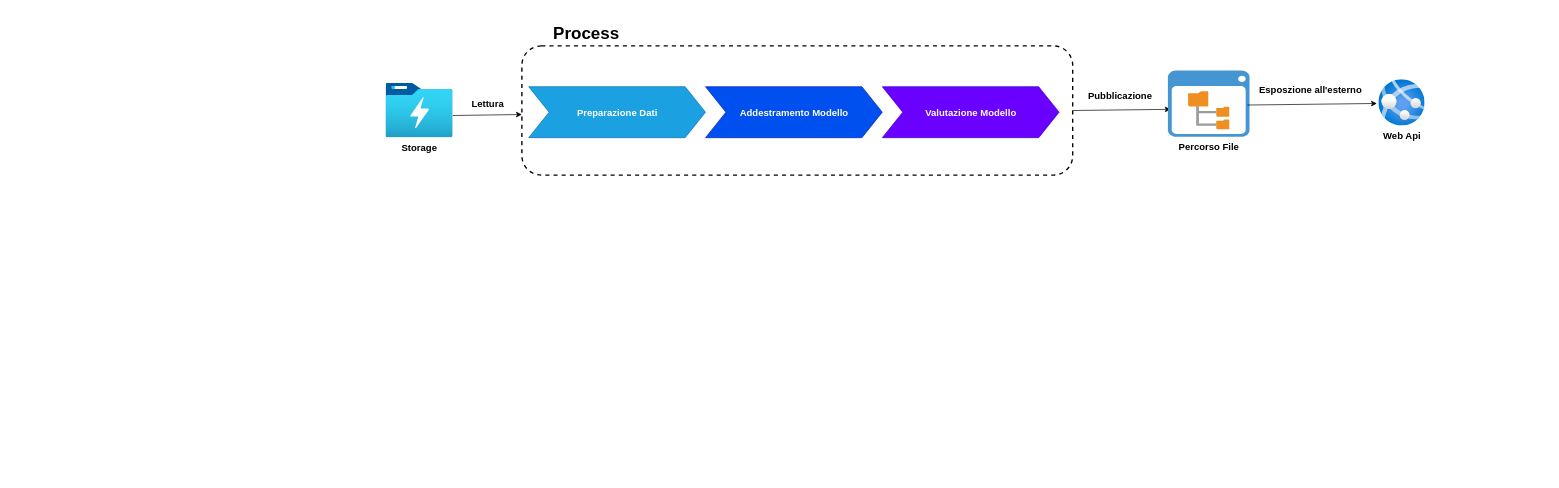
speaking-codes/QuickApp keeps this draw.io diagram as page "Recommender System" (2 of 20) of Documentazione/Tesi/Diagrammi/Architettura.drawio. Above is the earlier version. Source tidied: cells renumbered, new cells numbered last; positions are measured from the earlier drawing's top-left corner, leaving out a move shared by most shapes. Both pictures are drawn from the tidied source at 68%, with x=0, y=0 at pixel (386, 12).
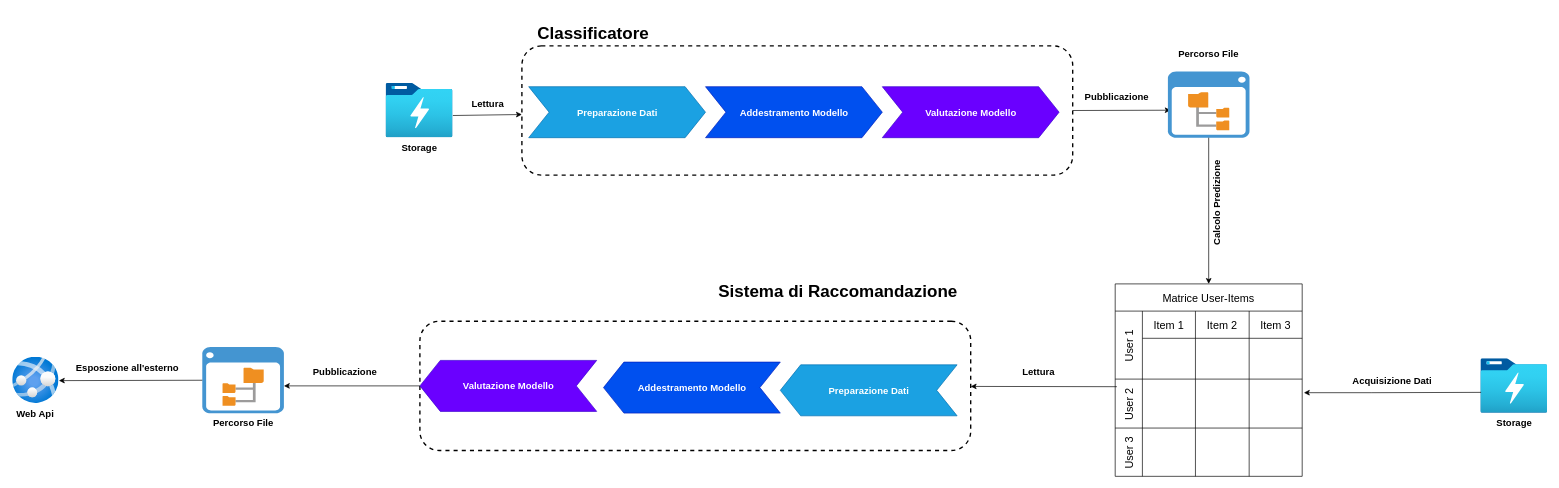
Above is the later version.

Change to the diagram source:
```diff
@@
-    <mxCell id="0" />
-    <mxCell id="1" parent="0" />
+    <mxCell id="16" />
+    <mxCell id="17" parent="16" />
-    <mxCell id="2" value="Storage" style="image;html=1;points=[];align=center;fontSize=14;image=img/lib/azure2/analytics/Data_Lake_Store_Gen1.svg;fontStyle=1;" parent="1" vertex="1">
+    <mxCell id="2" value="Storage" style="image;html=1;points=[];align=center;fontSize=14;image=img/lib/azure2/analytics/Data_Lake_Store_Gen1.svg;fontStyle=1;" parent="17" vertex="1">
       <mxGeometry y="105" width="98.5" height="80" as="geometry" />
     </mxCell>
-    <mxCell id="3" style="rounded=1;whiteSpace=wrap;html=1;dashed=1;strokeWidth=2;fillColor=none;" parent="1" vertex="1">
+    <mxCell id="3" style="rounded=1;whiteSpace=wrap;html=1;dashed=1;strokeWidth=2;fillColor=none;" parent="17" vertex="1">
       <mxGeometry x="200" y="50" width="810" height="190" as="geometry" />
     </mxCell>
-    <mxCell id="4" value="Process" style="text;html=1;align=center;verticalAlign=middle;whiteSpace=wrap;rounded=0;fontStyle=1;fontSize=25;" parent="1" vertex="1">
-      <mxGeometry x="220" width="150" height="60" as="geometry" />
-    </mxCell>
+    <mxCell id="18" value="Classificatore" style="text;html=1;align=center;verticalAlign=middle;whiteSpace=wrap;rounded=0;fontStyle=1;fontSize=25;" parent="17" vertex="1">
+      <mxGeometry x="220" width="170" height="60" as="geometry" />
+    </mxCell>
-    <mxCell id="5" style="endArrow=classic;html=1;rounded=0;exitX=1;exitY=0.592;exitDx=0;exitDy=0;exitPerimeter=0;" parent="1" edge="1" source="2" target="3">
+    <mxCell id="5" style="endArrow=classic;html=1;rounded=0;exitX=1;exitY=0.592;exitDx=0;exitDy=0;exitPerimeter=0;" parent="17" edge="1" source="2" target="3">
       <mxGeometry relative="1" as="geometry" />
     </mxCell>
-    <mxCell id="6" value="Lettura" style="text;html=1;align=center;verticalAlign=middle;whiteSpace=wrap;rounded=0;fontStyle=1;fontSize=14;" parent="1" vertex="1">
+    <mxCell id="6" value="Lettura" style="text;html=1;align=center;verticalAlign=middle;whiteSpace=wrap;rounded=0;fontStyle=1;fontSize=14;" parent="17" vertex="1">
       <mxGeometry x="120" y="120" width="60" height="30" as="geometry" />
     </mxCell>
-    <mxCell id="7" value="Preparazione Dati" style="html=1;shadow=0;dashed=0;align=center;verticalAlign=middle;shape=mxgraph.arrows2.arrow;dy=0;dx=30;notch=30;fontStyle=1;fontSize=14;fillColor=#1ba1e2;strokeColor=#006EAF;fontColor=#ffffff;" parent="1" vertex="1">
+    <mxCell id="7" value="Preparazione Dati" style="html=1;shadow=0;dashed=0;align=center;verticalAlign=middle;shape=mxgraph.arrows2.arrow;dy=0;dx=30;notch=30;fontStyle=1;fontSize=14;fillColor=#1ba1e2;strokeColor=#006EAF;fontColor=#ffffff;" parent="17" vertex="1">
       <mxGeometry x="210" y="110" width="260" height="75" as="geometry" />
     </mxCell>
-    <mxCell id="8" value="Addestramento Modello" style="html=1;shadow=0;dashed=0;align=center;verticalAlign=middle;shape=mxgraph.arrows2.arrow;dy=0;dx=30;notch=30;fontStyle=1;fontSize=14;fillColor=#0050ef;fontColor=#ffffff;strokeColor=#001DBC;" parent="1" vertex="1">
+    <mxCell id="8" value="Addestramento Modello" style="html=1;shadow=0;dashed=0;align=center;verticalAlign=middle;shape=mxgraph.arrows2.arrow;dy=0;dx=30;notch=30;fontStyle=1;fontSize=14;fillColor=#0050ef;fontColor=#ffffff;strokeColor=#001DBC;" parent="17" vertex="1">
       <mxGeometry x="470" y="110" width="260" height="75" as="geometry" />
     </mxCell>
-    <mxCell id="9" value="Valutazione Modello" style="html=1;shadow=0;dashed=0;align=center;verticalAlign=middle;shape=mxgraph.arrows2.arrow;dy=0;dx=30;notch=30;fontStyle=1;fontSize=14;fillColor=#6a00ff;fontColor=#ffffff;strokeColor=#3700CC;" parent="1" vertex="1">
+    <mxCell id="9" value="Valutazione Modello" style="html=1;shadow=0;dashed=0;align=center;verticalAlign=middle;shape=mxgraph.arrows2.arrow;dy=0;dx=30;notch=30;fontStyle=1;fontSize=14;fillColor=#6a00ff;fontColor=#ffffff;strokeColor=#3700CC;" parent="17" vertex="1">
       <mxGeometry x="730" y="110" width="260" height="75" as="geometry" />
     </mxCell>
-    <mxCell id="10" style="endArrow=classic;html=1;rounded=0;exitX=1;exitY=0.5;exitDx=0;exitDy=0;entryX=0.034;entryY=0.585;entryDx=0;entryDy=0;entryPerimeter=0;" parent="1" edge="1" source="3" target="11">
-      <mxGeometry relative="1" as="geometry" />
-    </mxCell>
-    <mxCell id="11" value="Percorso File" style="shadow=0;dashed=0;html=1;strokeColor=none;fillColor=#4495D1;labelPosition=center;verticalLabelPosition=bottom;verticalAlign=top;align=center;outlineConnect=0;shape=mxgraph.veeam.2d.file_system_browser;fontSize=14;fontStyle=1;" parent="1" vertex="1">
-      <mxGeometry x="1150" y="86.3" width="120" height="97.4" as="geometry" />
-    </mxCell>
+    <mxCell id="19" style="endArrow=classic;html=1;rounded=0;exitX=1;exitY=0.5;exitDx=0;exitDy=0;entryX=0.034;entryY=0.585;entryDx=0;entryDy=0;entryPerimeter=0;" parent="17" edge="1" source="3" target="20">
+      <mxGeometry relative="1" as="geometry" />
+    </mxCell>
+    <mxCell id="20" style="shadow=0;dashed=0;html=1;strokeColor=none;fillColor=#4495D1;labelPosition=center;verticalLabelPosition=bottom;verticalAlign=top;align=center;outlineConnect=0;shape=mxgraph.veeam.2d.file_system_browser;fontSize=14;fontStyle=1;horizontal=0;labelBackgroundColor=none;" parent="17" vertex="1">
+      <mxGeometry x="1150" y="87.6" width="120" height="97.4" as="geometry" />
+    </mxCell>
-    <mxCell id="12" value="Pubblicazione" style="text;html=1;align=center;verticalAlign=middle;whiteSpace=wrap;rounded=0;fontStyle=1;fontSize=14;" parent="1" vertex="1">
-      <mxGeometry x="1050" y="108.7" width="60" height="30" as="geometry" />
+    <mxCell id="12" value="Pubblicazione" style="text;html=1;align=center;verticalAlign=middle;whiteSpace=wrap;rounded=0;fontStyle=1;fontSize=14;" parent="17" vertex="1">
+      <mxGeometry x="1020" y="110" width="110" height="30" as="geometry" />
     </mxCell>
-    <mxCell id="13" style="endArrow=classic;html=1;rounded=0;exitX=0.975;exitY=0.52;exitDx=0;exitDy=0;exitPerimeter=0;entryX=-0.039;entryY=0.514;entryDx=0;entryDy=0;entryPerimeter=0;" parent="1" edge="1" source="11" target="14">
-      <mxGeometry relative="1" as="geometry" />
-    </mxCell>
+    <mxCell id="21" value="Storage" style="image;html=1;points=[];align=center;fontSize=14;image=img/lib/azure2/analytics/Data_Lake_Store_Gen1.svg;fontStyle=1;" parent="17" vertex="1">
+      <mxGeometry x="1610" y="510" width="98.5" height="80" as="geometry" />
+    </mxCell>
+    <mxCell id="22" style="endArrow=classic;html=1;rounded=0;exitX=0.006;exitY=0.619;exitDx=0;exitDy=0;exitPerimeter=0;" parent="17" edge="1" source="21">
+      <mxGeometry relative="1" as="geometry">
+        <mxPoint x="1350" y="560" as="targetPoint" />
+        <Array as="points">
+          <mxPoint x="1450" y="560" />
+        </Array>
+      </mxGeometry>
+    </mxCell>
+    <mxCell id="23" value="Acquisizione Dati" style="text;html=1;align=center;verticalAlign=middle;whiteSpace=wrap;rounded=0;fontStyle=1;fontSize=14;" parent="17" vertex="1">
+      <mxGeometry x="1410" y="526.5" width="140" height="30" as="geometry" />
+    </mxCell>
+    <mxCell id="24" value="&#10;&lt;span style=&quot;color: rgb(0, 0, 0); font-family: Helvetica; font-size: 14px; font-style: normal; font-variant-ligatures: normal; font-variant-caps: normal; font-weight: 700; letter-spacing: normal; orphans: 2; text-align: center; text-indent: 0px; text-transform: none; widows: 2; word-spacing: 0px; -webkit-text-stroke-width: 0px; white-space: nowrap; text-decoration-thickness: initial; text-decoration-style: initial; text-decoration-color: initial; float: none; display: inline !important;&quot;&gt;Percorso File&lt;/span&gt;&#10;&#10;" style="text;html=1;align=center;verticalAlign=top;whiteSpace=wrap;rounded=0;fontStyle=1;fontSize=14;labelBackgroundColor=none;" parent="17" vertex="1">
+      <mxGeometry x="1155" y="30" width="110" height="50" as="geometry" />
+    </mxCell>
+    <mxCell id="25" value="Calcolo Predizione" style="endArrow=classic;html=1;rounded=0;fontSize=14;fontStyle=1;horizontal=0;verticalAlign=top;align=center;labelBackgroundColor=none;spacingBottom=0;spacing=2;spacingLeft=8;entryX=0.5;entryY=0;entryDx=0;entryDy=0;" parent="17" edge="1" source="20" target="26">
+      <mxGeometry x="-0.17" relative="1" as="geometry" />
+    </mxCell>
+    <mxCell id="26" value="Matrice User-Items" style="shape=table;childLayout=tableLayout;startSize=40;fontSize=16;" parent="17" vertex="1">
+      <mxGeometry x="1072.5" y="400" width="275" height="283" as="geometry" />
+    </mxCell>
+    <mxCell id="27" value="User 1" style="shape=tableRow;horizontal=0;swimlaneHead=0;swimlaneBody=0;top=0;left=0;strokeColor=inherit;bottom=0;right=0;fontStyle=0;fillColor=none;startSize=40;fontSize=16;" parent="26" vertex="1">
+      <mxGeometry y="40" width="275" height="100" as="geometry" />
+    </mxCell>
+    <mxCell id="28" value="Item 1" style="swimlane;swimlaneHead=0;swimlaneBody=0;fontStyle=0;strokeColor=inherit;fillColor=none;startSize=40;fontSize=16;" parent="27" vertex="1">
+      <mxGeometry x="40" width="78" height="100" as="geometry" />
+    </mxCell>
+    <mxCell id="29" value="Item 2" style="swimlane;swimlaneHead=0;swimlaneBody=0;fontStyle=0;strokeColor=inherit;fillColor=none;startSize=40;fontSize=16;" parent="27" vertex="1">
+      <mxGeometry x="118" width="79" height="100" as="geometry" />
+    </mxCell>
+    <mxCell id="30" value="Item 3" style="swimlane;swimlaneHead=0;swimlaneBody=0;fontStyle=0;strokeColor=inherit;fillColor=none;startSize=40;fontSize=16;" parent="27" vertex="1">
+      <mxGeometry x="197" width="78" height="100" as="geometry" />
+    </mxCell>
+    <mxCell id="31" value="User 2" style="shape=tableRow;horizontal=0;swimlaneHead=0;swimlaneBody=0;top=0;left=0;strokeColor=inherit;bottom=0;right=0;fontStyle=0;fillColor=none;points=[[0,0.5],[1,0.5]];portConstraint=eastwest;startSize=40;fontSize=16;" parent="26" vertex="1">
+      <mxGeometry y="140" width="275" height="72" as="geometry" />
+    </mxCell>
+    <mxCell id="32" style="swimlane;swimlaneHead=0;swimlaneBody=0;fontStyle=0;strokeColor=inherit;fillColor=none;startSize=0;fontSize=16;" parent="31" vertex="1">
+      <mxGeometry x="40" width="78" height="72" as="geometry" />
+    </mxCell>
+    <mxCell id="33" style="swimlane;swimlaneHead=0;swimlaneBody=0;fontStyle=0;strokeColor=inherit;fillColor=none;startSize=0;fontSize=16;" parent="31" vertex="1">
+      <mxGeometry x="118" width="79" height="72" as="geometry" />
+    </mxCell>
+    <mxCell id="34" style="swimlane;swimlaneHead=0;swimlaneBody=0;fontStyle=0;strokeColor=inherit;fillColor=none;startSize=0;fontSize=16;" parent="31" vertex="1">
+      <mxGeometry x="197" width="78" height="72" as="geometry" />
+    </mxCell>
+    <mxCell id="35" value="User 3" style="shape=tableRow;horizontal=0;swimlaneHead=0;swimlaneBody=0;top=0;left=0;strokeColor=inherit;bottom=0;right=0;fontStyle=0;fillColor=none;startSize=40;fontSize=16;" parent="26" vertex="1">
+      <mxGeometry y="212" width="275" height="71" as="geometry" />
+    </mxCell>
+    <mxCell id="36" style="swimlane;swimlaneHead=0;swimlaneBody=0;fontStyle=0;strokeColor=inherit;fillColor=none;startSize=0;fontSize=16;" parent="35" vertex="1">
+      <mxGeometry x="40" width="78" height="71" as="geometry" />
+    </mxCell>
+    <mxCell id="37" style="swimlane;swimlaneHead=0;swimlaneBody=0;fontStyle=0;strokeColor=inherit;fillColor=none;startSize=0;fontSize=16;" parent="35" vertex="1">
+      <mxGeometry x="118" width="79" height="71" as="geometry" />
+    </mxCell>
+    <mxCell id="38" style="swimlane;swimlaneHead=0;swimlaneBody=0;fontStyle=0;strokeColor=inherit;fillColor=none;startSize=0;fontSize=16;" parent="35" vertex="1">
+      <mxGeometry x="197" width="78" height="71" as="geometry" />
+    </mxCell>
+    <mxCell id="39" style="rounded=1;whiteSpace=wrap;html=1;dashed=1;strokeWidth=2;fillColor=none;flipH=1;" parent="17" vertex="1">
+      <mxGeometry x="50" y="455" width="810" height="190" as="geometry" />
+    </mxCell>
+    <mxCell id="40" value="Sistema di Raccomandazione" style="text;html=1;align=center;verticalAlign=middle;whiteSpace=wrap;rounded=0;fontStyle=1;fontSize=25;flipH=1;" parent="17" vertex="1">
+      <mxGeometry x="480" y="380" width="370" height="60" as="geometry" />
+    </mxCell>
+    <mxCell id="41" value="Preparazione Dati" style="html=1;shadow=0;dashed=0;align=center;verticalAlign=middle;shape=mxgraph.arrows2.arrow;dy=0;dx=30;notch=30;fontStyle=1;fontSize=14;fillColor=#1ba1e2;strokeColor=#006EAF;fontColor=#ffffff;flipH=1;" parent="17" vertex="1">
+      <mxGeometry x="580" y="519" width="260" height="75" as="geometry" />
+    </mxCell>
+    <mxCell id="42" value="Addestramento Modello" style="html=1;shadow=0;dashed=0;align=center;verticalAlign=middle;shape=mxgraph.arrows2.arrow;dy=0;dx=30;notch=30;fontStyle=1;fontSize=14;fillColor=#0050ef;fontColor=#ffffff;strokeColor=#001DBC;flipH=1;" parent="17" vertex="1">
+      <mxGeometry x="320" y="515" width="260" height="75" as="geometry" />
+    </mxCell>
+    <mxCell id="43" value="Valutazione Modello" style="html=1;shadow=0;dashed=0;align=center;verticalAlign=middle;shape=mxgraph.arrows2.arrow;dy=0;dx=30;notch=30;fontStyle=1;fontSize=14;fillColor=#6a00ff;fontColor=#ffffff;strokeColor=#3700CC;flipH=1;" parent="17" vertex="1">
+      <mxGeometry x="50" y="512.5" width="260" height="75" as="geometry" />
+    </mxCell>
+    <mxCell id="44" style="endArrow=classic;html=1;rounded=0;exitX=0.009;exitY=0.155;exitDx=0;exitDy=0;exitPerimeter=0;" parent="17" edge="1" source="31" target="39">
+      <mxGeometry relative="1" as="geometry" />
+    </mxCell>
+    <mxCell id="45" value="Lettura" style="text;html=1;align=center;verticalAlign=middle;whiteSpace=wrap;rounded=0;fontStyle=1;fontSize=14;" parent="17" vertex="1">
+      <mxGeometry x="930" y="515" width="60" height="30" as="geometry" />
+    </mxCell>
+    <mxCell id="46" style="endArrow=classic;html=1;rounded=0;exitX=1;exitY=0.5;exitDx=0;exitDy=0;entryX=0.034;entryY=0.585;entryDx=0;entryDy=0;entryPerimeter=0;" parent="17" edge="1" target="47">
+      <mxGeometry relative="1" as="geometry">
+        <mxPoint x="-245.9" y="540" as="sourcePoint" />
+      </mxGeometry>
+    </mxCell>
+    <mxCell id="47" value="Percorso File" style="shadow=0;dashed=0;html=1;strokeColor=none;fillColor=#4495D1;labelPosition=center;verticalLabelPosition=bottom;verticalAlign=top;align=center;outlineConnect=0;shape=mxgraph.veeam.2d.file_system_browser;fontSize=14;fontStyle=1;flipH=1;" parent="17" vertex="1">
+      <mxGeometry x="-270" y="492.8" width="120" height="97.4" as="geometry" />
+    </mxCell>
+    <mxCell id="48" value="Pubblicazione" style="text;html=1;align=center;verticalAlign=middle;whiteSpace=wrap;rounded=0;fontStyle=1;fontSize=14;flipH=1;" parent="17" vertex="1">
+      <mxGeometry x="-120" y="515" width="120" height="30" as="geometry" />
+    </mxCell>
-    <mxCell id="14" value="Web Api" style="image;html=1;points=[];align=center;fontSize=14;image=img/lib/azure2/app_services/App_Services.svg;fontStyle=1;" parent="1" vertex="1">
-      <mxGeometry x="1460" y="99.7" width="68" height="68" as="geometry" />
+    <mxCell id="14" value="Web Api" style="image;html=1;points=[];align=center;fontSize=14;image=img/lib/azure2/app_services/App_Services.svg;fontStyle=1;flipH=1;" parent="17" vertex="1">
+      <mxGeometry x="-550" y="507.5" width="68" height="68" as="geometry" />
     </mxCell>
-    <mxCell id="15" value="Esposzione all'esterno" style="text;html=1;align=center;verticalAlign=middle;whiteSpace=wrap;rounded=0;fontStyle=1;fontSize=14;" parent="1" vertex="1">
-      <mxGeometry x="1280" y="99.7" width="160" height="30" as="geometry" />
+    <mxCell id="15" value="Esposzione all'esterno" style="text;html=1;align=center;verticalAlign=middle;whiteSpace=wrap;rounded=0;fontStyle=1;fontSize=14;flipH=1;" parent="17" vertex="1">
+      <mxGeometry x="-460" y="507.5" width="160" height="30" as="geometry" />
     </mxCell>
+    <mxCell id="49" style="endArrow=classic;html=1;rounded=0;entryX=-0.016;entryY=0.511;entryDx=0;entryDy=0;entryPerimeter=0;" parent="17" edge="1" source="47" target="14">
+      <mxGeometry relative="1" as="geometry" />
+    </mxCell>
+    <mxCell id="50" style="endArrow=classic;html=1;rounded=0;entryX=0;entryY=0.587;entryDx=0;entryDy=0;entryPerimeter=0;exitX=0;exitY=0.5;exitDx=0;exitDy=0;" parent="17" edge="1" source="39" target="47">
+      <mxGeometry relative="1" as="geometry" />
+    </mxCell>
```
